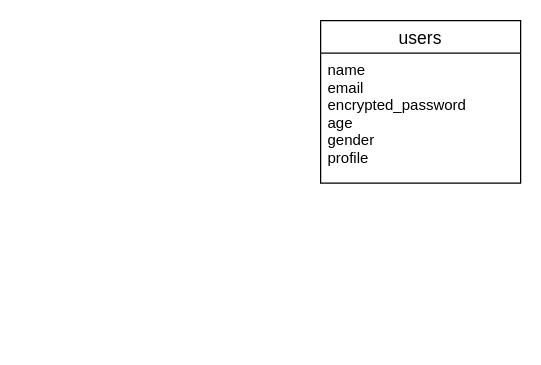
The draw.io diagram ib.dio in yuri-lily/investment_beginner2, before the edit. Source tidied: cells renumbered, new cells numbered last; positions are measured from the earlier drawing's top-left corner, leaving out a move shared by most shapes. Both pictures are drawn from the tidied source at 125%, with x=0, y=0 at pixel (320, 20).
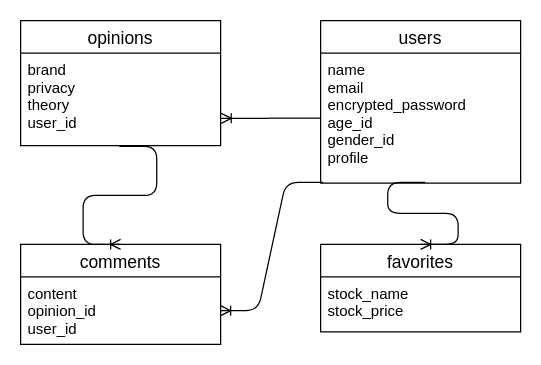
After the change.

Change to the diagram source:
```diff
@@
 <mxGraphModel>
   <root>
     <mxCell id="0" />
     <mxCell id="1" parent="0" />
     <mxCell id="2" value="users" style="swimlane;fontStyle=0;horizontal=1;startSize=26;align=center;fontSize=14;" parent="1" vertex="1">
       <mxGeometry width="160" height="130" as="geometry" />
     </mxCell>
-    <mxCell id="3" value="name&#10;email&#10;encrypted_password&#10;age&#10;gender&#10;profile&#10;" style="text;strokeColor=none;fillColor=none;spacingLeft=4;spacingRight=4;overflow=hidden;points=[[0,0.5],[1,0.5]];portConstraint=eastwest;fontSize=12;" parent="2" vertex="1">
+    <mxCell id="3" value="name&#10;email&#10;encrypted_password&#10;age_id&#10;gender_id&#10;profile&#10;" style="text;strokeColor=none;fillColor=none;spacingLeft=4;spacingRight=4;overflow=hidden;points=[[0,0.5],[1,0.5]];portConstraint=eastwest;fontSize=12;" parent="2" vertex="1">
       <mxGeometry y="26" width="160" height="104" as="geometry" />
     </mxCell>
+    <mxCell id="4" value="opinions" style="swimlane;fontStyle=0;horizontal=1;startSize=26;align=center;fontSize=14;" parent="1" vertex="1">
+      <mxGeometry x="-240" width="160" height="100" as="geometry" />
+    </mxCell>
+    <mxCell id="5" value="brand&#10;privacy&#10;theory&#10;user_id" style="text;strokeColor=none;fillColor=none;spacingLeft=4;spacingRight=4;overflow=hidden;points=[[0,0.5],[1,0.5]];portConstraint=eastwest;fontSize=12;" parent="4" vertex="1">
+      <mxGeometry y="26" width="160" height="74" as="geometry" />
+    </mxCell>
+    <mxCell id="6" value="favorites" style="swimlane;fontStyle=0;horizontal=1;startSize=26;align=center;fontSize=14;" parent="1" vertex="1">
+      <mxGeometry y="179" width="160" height="70" as="geometry" />
+    </mxCell>
+    <mxCell id="7" value="stock_name&#10;stock_price&#10;" style="text;strokeColor=none;fillColor=none;spacingLeft=4;spacingRight=4;overflow=hidden;fontSize=12;" parent="6" vertex="1">
+      <mxGeometry y="26" width="160" height="44" as="geometry" />
+    </mxCell>
+    <mxCell id="8" value="comments" style="swimlane;fontStyle=0;horizontal=1;startSize=26;align=center;fontSize=14;" parent="1" vertex="1">
+      <mxGeometry x="-240" y="179" width="160" height="80" as="geometry" />
+    </mxCell>
+    <mxCell id="9" value="content&#10;opinion_id&#10;user_id" style="text;strokeColor=none;fillColor=none;spacingLeft=4;spacingRight=4;overflow=hidden;points=[[0,0.5],[1,0.5]];portConstraint=eastwest;fontSize=12;" parent="8" vertex="1">
+      <mxGeometry y="26" width="160" height="54" as="geometry" />
+    </mxCell>
+    <mxCell id="10" style="edgeStyle=entityRelationEdgeStyle;fontSize=12;html=1;endArrow=ERoneToMany;exitX=0;exitY=0.5;exitDx=0;exitDy=0;entryX=1.003;entryY=0.705;entryDx=0;entryDy=0;entryPerimeter=0;" parent="1" edge="1" source="3" target="5">
+      <mxGeometry relative="1" as="geometry" />
+    </mxCell>
+    <mxCell id="11" style="edgeStyle=entityRelationEdgeStyle;fontSize=12;html=1;endArrow=ERoneToMany;exitX=0.523;exitY=0.994;exitDx=0;exitDy=0;exitPerimeter=0;entryX=0.5;entryY=0;entryDx=0;entryDy=0;" parent="1" edge="1" source="3" target="6">
+      <mxGeometry relative="1" as="geometry" />
+    </mxCell>
+    <mxCell id="12" style="edgeStyle=entityRelationEdgeStyle;fontSize=12;html=1;endArrow=ERoneToMany;entryX=0.5;entryY=0;entryDx=0;entryDy=0;exitX=0.493;exitY=1.008;exitDx=0;exitDy=0;exitPerimeter=0;" parent="1" edge="1" source="5" target="8">
+      <mxGeometry relative="1" as="geometry" />
+    </mxCell>
+    <mxCell id="13" style="edgeStyle=entityRelationEdgeStyle;fontSize=12;html=1;endArrow=ERoneToMany;entryX=1;entryY=0.5;entryDx=0;entryDy=0;exitX=0.013;exitY=0.994;exitDx=0;exitDy=0;exitPerimeter=0;" parent="1" edge="1" source="3" target="9">
+      <mxGeometry relative="1" as="geometry" />
+    </mxCell>
   </root>
 </mxGraphModel>
```
